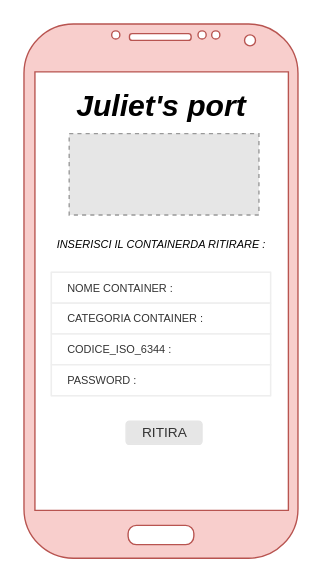
The draw.io diagram page "lista_navi" (3 of 4) of WIREFRAME/Untitled Diagram.drawio in giuliacangani02/EsameGiulia2021, before the edit. Source tidied: cells renumbered, new cells numbered last; positions are measured from the earlier drawing's top-left corner, leaving out a move shared by most shapes. Both pictures are drawn from the tidied source at 137%, with x=0, y=0 at pixel (23, 23). Pictures stored in the file or linked from it are replaced by grey dashed boxes.
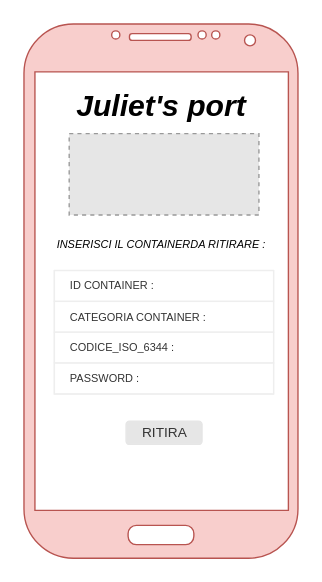
After the change.

The edit, as a diff of the source:
```diff
@@
 <mxGraphModel>
   <root>
     <mxCell id="0" />
     <mxCell id="1" parent="0" />
     <mxCell id="2" style="verticalLabelPosition=bottom;verticalAlign=top;html=1;shadow=0;dashed=0;strokeWidth=1;shape=mxgraph.android.phone2;strokeColor=#b85450;fillColor=#f8cecc;" parent="1" vertex="1">
       <mxGeometry width="200" height="390" as="geometry" />
     </mxCell>
     <mxCell id="3" value="RITIRA" style="rounded=1;html=1;shadow=0;dashed=0;whiteSpace=wrap;fontSize=10;fillColor=#E6E6E6;align=center;strokeColor=#E6E6E6;fontColor=#333333;" parent="1" vertex="1">
       <mxGeometry x="74.5" y="290" width="55.5" height="16.9" as="geometry" />
     </mxCell>
     <mxCell id="4" value="&lt;font style=&quot;font-size: 22px&quot;&gt;&lt;i&gt;Juliet's port&lt;/i&gt;&lt;/font&gt;" style="text;html=1;fontSize=24;fontStyle=1;verticalAlign=middle;align=center;" parent="1" vertex="1">
       <mxGeometry x="32" y="40" width="136" height="40" as="geometry" />
     </mxCell>
     <mxCell id="5" style="strokeWidth=1;html=1;shadow=0;dashed=0;shape=mxgraph.android.rrect;rSize=0;strokeColor=#eeeeee;fillColor=#ffffff;gradientColor=none;" parent="1" vertex="1">
-      <mxGeometry x="20" y="181.3" width="160" height="90" as="geometry" />
+      <mxGeometry x="22.2" y="180" width="160" height="90" as="geometry" />
     </mxCell>
-    <mxCell id="6" value="NOME CONTAINER :" style="strokeColor=inherit;fillColor=inherit;gradientColor=inherit;strokeWidth=1;html=1;shadow=0;dashed=0;shape=mxgraph.android.rrect;rSize=0;align=left;spacingLeft=10;fontSize=8;fontColor=#333333;" parent="5" vertex="1">
+    <mxCell id="6" value="ID CONTAINER :" style="strokeColor=inherit;fillColor=inherit;gradientColor=inherit;strokeWidth=1;html=1;shadow=0;dashed=0;shape=mxgraph.android.rrect;rSize=0;align=left;spacingLeft=10;fontSize=8;fontColor=#333333;" parent="5" vertex="1">
       <mxGeometry width="160" height="22.5" as="geometry" />
     </mxCell>
     <mxCell id="7" value="CATEGORIA CONTAINER :" style="strokeColor=inherit;fillColor=inherit;gradientColor=inherit;strokeWidth=1;html=1;shadow=0;dashed=0;shape=mxgraph.android.rrect;rSize=0;align=left;spacingLeft=10;fontSize=8;fontColor=#333333;" parent="5" vertex="1">
       <mxGeometry y="22.5" width="160" height="22.5" as="geometry" />
     </mxCell>
     <mxCell id="8" value="CODICE_ISO_6344 :" style="strokeColor=inherit;fillColor=inherit;gradientColor=inherit;strokeWidth=1;html=1;shadow=0;dashed=0;shape=mxgraph.android.rrect;rSize=0;align=left;spacingLeft=10;fontSize=8;fontColor=#333333;" parent="5" vertex="1">
       <mxGeometry y="45" width="160" height="22.5" as="geometry" />
     </mxCell>
     <mxCell id="9" value="PASSWORD :" style="strokeColor=inherit;fillColor=inherit;gradientColor=inherit;strokeWidth=1;html=1;shadow=0;dashed=0;shape=mxgraph.android.rrect;rSize=0;align=left;spacingLeft=10;fontSize=8;fontColor=#333333;" parent="5" vertex="1">
       <mxGeometry y="67.5" width="160" height="22.5" as="geometry" />
     </mxCell>
     <mxCell id="10" value="&lt;font size=&quot;1&quot;&gt;&lt;i style=&quot;font-size: 8px&quot;&gt;INSERISCI IL CONTAINERDA RITIRARE :&lt;/i&gt;&lt;/font&gt;" style="text;html=1;align=center;verticalAlign=middle;strokeColor=none;" parent="1" vertex="1">
       <mxGeometry x="15" y="150" width="170" height="20" as="geometry" />
     </mxCell>
     <mxCell id="11" style="fillColor=#E6E6E6;strokeColor=#999999;dashed=1;verticalLabelPosition=bottom;labelBackgroundColor=#ffffff;verticalAlign=top;" parent="1" vertex="1">
       <mxGeometry x="33" y="80" width="138.5" height="59.4" as="geometry" />
     </mxCell>
   </root>
 </mxGraphModel>
```
